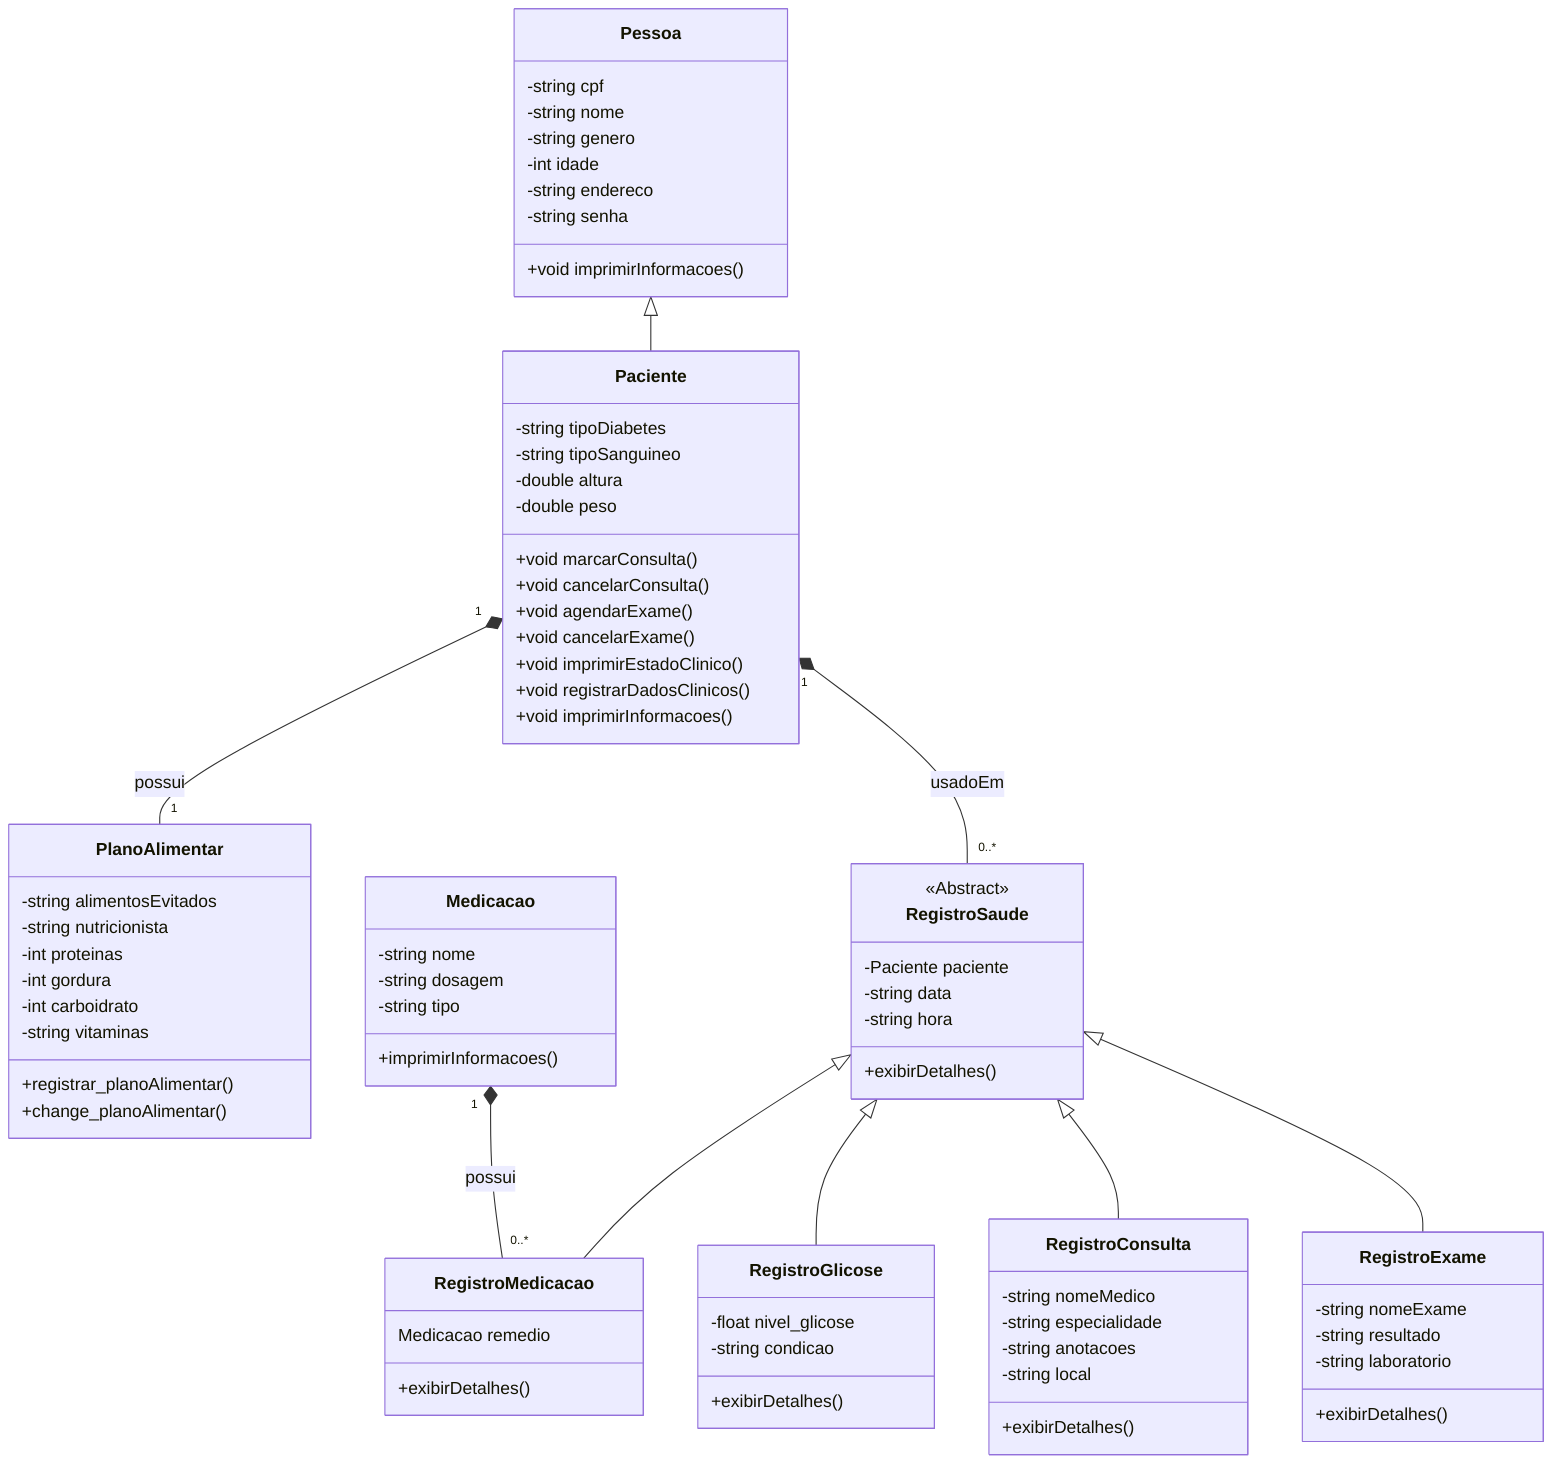
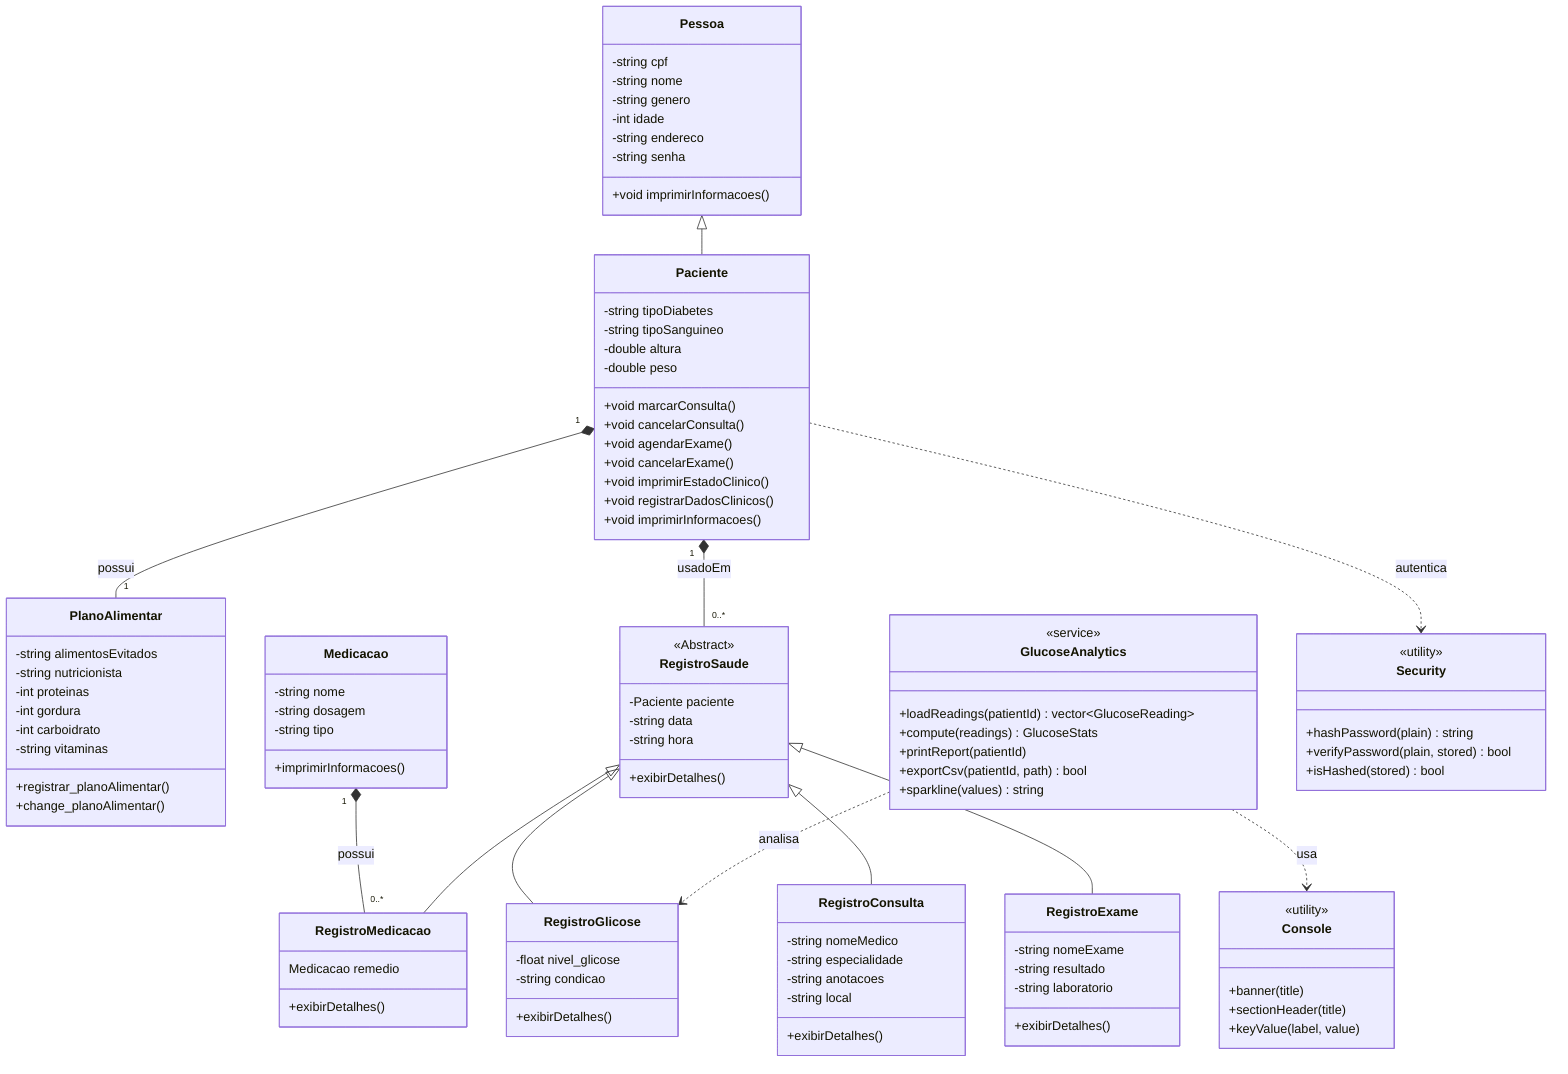
classDiagram
    class Pessoa{
        -string cpf
        -string nome
        -string genero
        -int idade
        -string endereco
        -string senha
        +void imprimirInformacoes()
    }
    class Paciente{
        -string tipoDiabetes
        -string tipoSanguineo
        -double altura
        -double peso
        +void marcarConsulta()
        +void cancelarConsulta()
        +void agendarExame()
        +void cancelarExame()
        +void imprimirEstadoClinico()
        +void registrarDadosClinicos()
        +void imprimirInformacoes()
    }

    Pessoa <|-- Paciente

    class PlanoAlimentar{
        -string alimentosEvitados
        -string nutricionista
        -int proteinas
        -int gordura
        -int carboidrato
        -string vitaminas
        +registrar_planoAlimentar()
        +change_planoAlimentar()

    }

    class Medicacao {
      -string nome
      -string dosagem
      -string tipo
      +imprimirInformacoes()
    }

    class RegistroSaude  {
      <<Abstract>>
      -Paciente paciente
      -string data
      -string hora
      +exibirDetalhes()
    }

    class RegistroGlicose  {
      -float nivel_glicose
      -string condicao
      +exibirDetalhes()
    }

    class RegistroConsulta  {
      -string nomeMedico
      -string especialidade
      -string anotacoes
      -string local
      +exibirDetalhes()
    }

    class RegistroExame {
      -string nomeExame
      -string resultado
      -string laboratorio
      +exibirDetalhes()
    }

    class RegistroMedicacao{
        Medicacao remedio
        +exibirDetalhes()
    }

+     class GlucoseAnalytics{
+         <<service>>
+         +loadReadings(patientId) vector~GlucoseReading~
+         +compute(readings) GlucoseStats
+         +printReport(patientId)
+         +exportCsv(patientId, path) bool
+         +sparkline(values) string
+     }
+ 
+     class Security{
+         <<utility>>
+         +hashPassword(plain) string
+         +verifyPassword(plain, stored) bool
+         +isHashed(stored) bool
+     }
+ 
+     class Console{
+         <<utility>>
+         +banner(title)
+         +sectionHeader(title)
+         +keyValue(label, value)
+     }
+ 
    Medicacao "1" *-- "0..*" RegistroMedicacao : possui
    Paciente "1" *-- "0..*" RegistroSaude :  usadoEm
    Paciente  "1"*--"1" PlanoAlimentar : possui
    RegistroSaude <|-- RegistroMedicacao
    RegistroSaude <|-- RegistroGlicose
    RegistroSaude <|-- RegistroConsulta
-     RegistroSaude <|-- RegistroExame+     RegistroSaude <|-- RegistroExame
+ 
+     GlucoseAnalytics ..> RegistroGlicose : analisa
+     GlucoseAnalytics ..> Console : usa
+     Paciente ..> Security : autentica